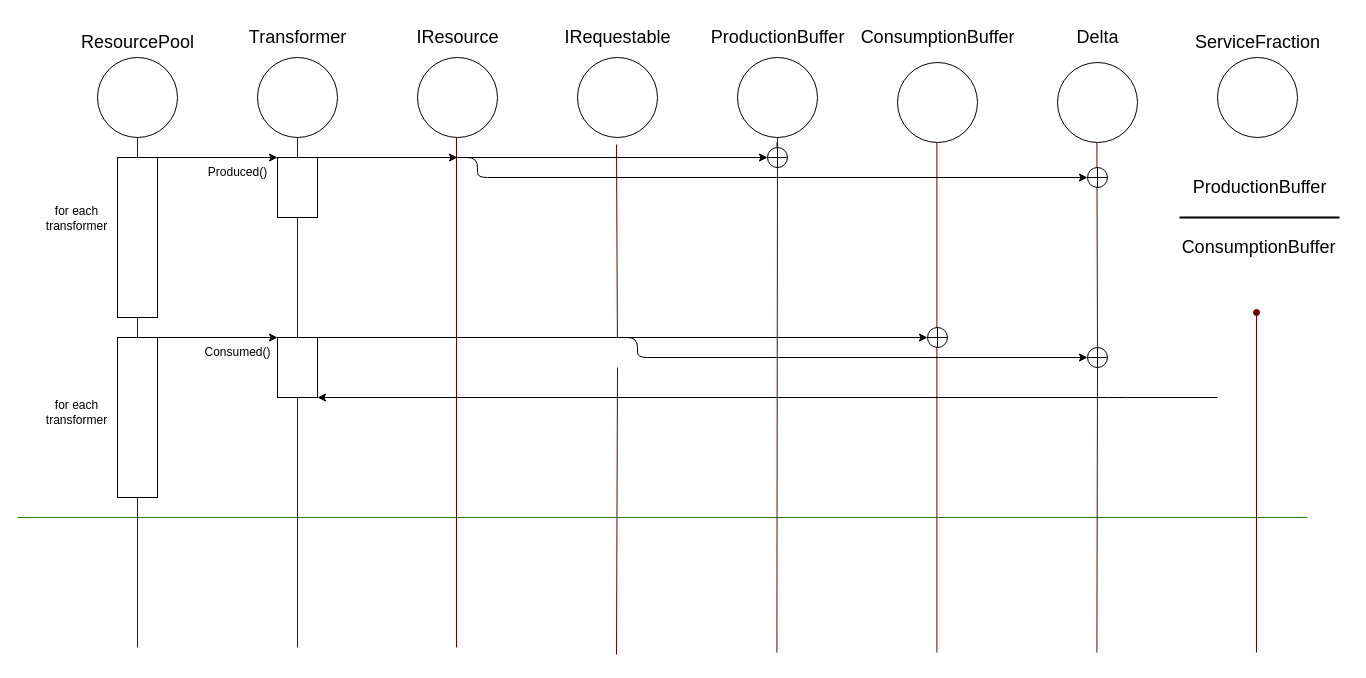
The draw.io diagram ecoSequence.drawio in CallumWalley/tradeTest, before the edit. Source tidied: cells renumbered, new cells numbered last; positions are measured from the earlier drawing's top-left corner, leaving out a move shared by most shapes. Both pictures are drawn from the tidied source at 100%, with x=0, y=0 at pixel (17, 17).
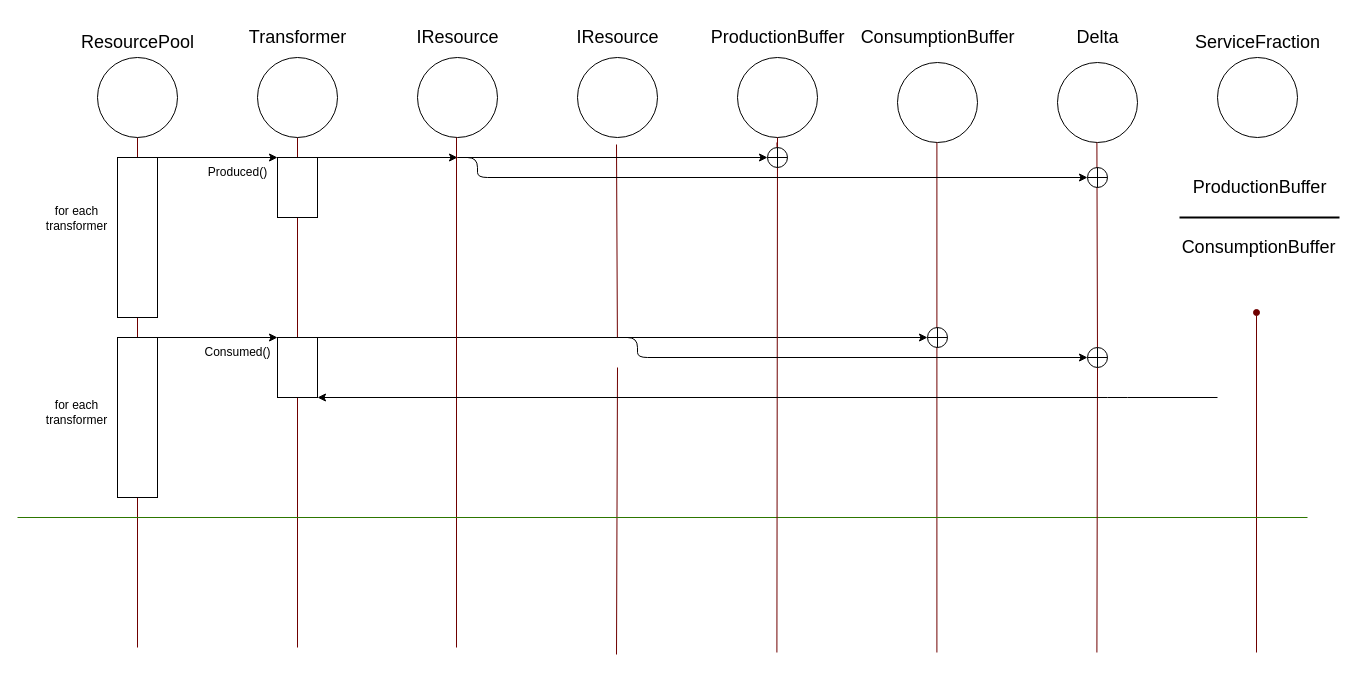
After the change.

What changed in the source:
```diff
@@
-    <mxCell id="31" value="&lt;span style=&quot;font-size: 18px;&quot;&gt;IRequestable&lt;/span&gt;" style="text;html=1;align=center;verticalAlign=middle;strokeColor=none;fillColor=none;" parent="1" vertex="1">
+    <mxCell id="31" value="&lt;span style=&quot;font-size: 18px;&quot;&gt;IResource&lt;/span&gt;" style="text;html=1;align=center;verticalAlign=middle;strokeColor=none;fillColor=none;" parent="1" vertex="1">
       <mxGeometry x="535" width="130" height="40" as="geometry" />
     </mxCell>
```
